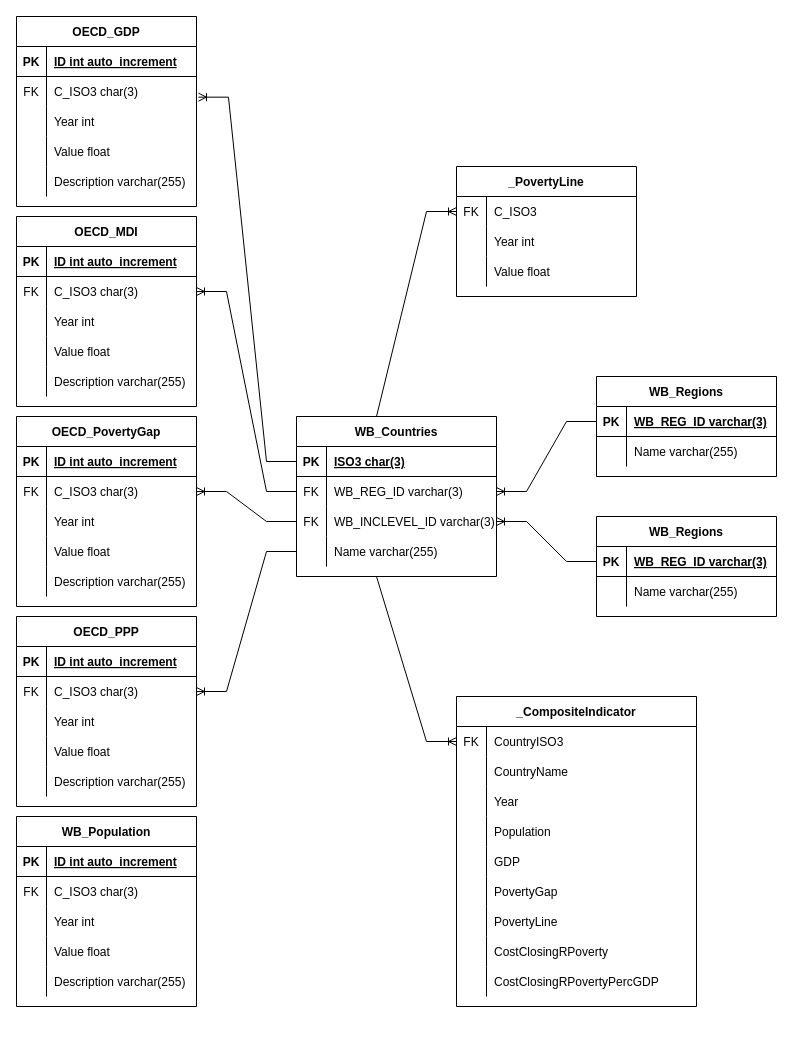
This is ERD/ERD_EM.drawio from eric-martinet/Poverty_composite_indicator, a draw.io file, before an edit. Source tidied: cells renumbered, new cells numbered last; positions are measured from the earlier drawing's top-left corner, leaving out a move shared by most shapes. Both pictures are drawn from the tidied source at 100%, with x=0, y=0 at pixel (16, 16).
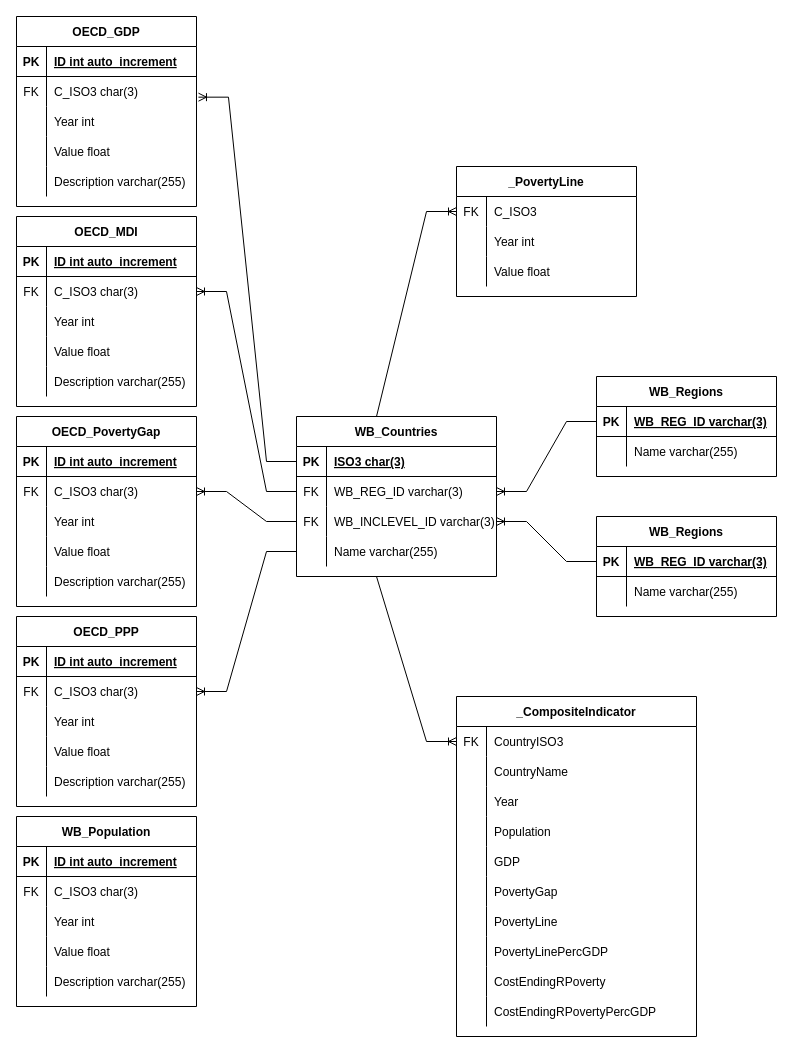
The same page after the edit.

Diff of the diagram source:
```diff
@@
     <mxCell id="124" value="_CompositeIndicator" style="shape=table;startSize=30;childLayout=tableLayout;rowLines=0;fontStyle=1;align=center;" parent="1" vertex="1">
-      <mxGeometry x="440" y="680" width="240" height="310" as="geometry" />
+      <mxGeometry x="440" y="680" width="240" height="340" as="geometry" />
     </mxCell>
@@
+    <mxCell id="155" style="shape=tableRow;horizontal=0;startSize=0;swimlaneHead=0;swimlaneBody=0;fillColor=none;top=0;left=0;right=0;bottom=0;" parent="124" vertex="1">
+      <mxGeometry y="240" width="240" height="30" as="geometry" />
+    </mxCell>
+    <mxCell id="156" style="shape=partialRectangle;fillColor=none;top=0;left=0;bottom=0;right=0;overflow=hidden;" parent="155" vertex="1">
+      <mxGeometry width="30" height="30" as="geometry" />
+    </mxCell>
+    <mxCell id="157" value="PovertyLinePercGDP" style="shape=partialRectangle;fillColor=none;top=0;left=0;bottom=0;right=0;align=left;spacingLeft=6;overflow=hidden;" parent="155" vertex="1">
+      <mxGeometry x="30" width="210" height="30" as="geometry" />
+    </mxCell>
     <mxCell id="146" style="shape=tableRow;horizontal=0;startSize=0;swimlaneHead=0;swimlaneBody=0;fillColor=none;top=0;left=0;right=0;bottom=0;" parent="124" vertex="1">
-      <mxGeometry y="240" width="240" height="30" as="geometry" />
+      <mxGeometry y="270" width="240" height="30" as="geometry" />
     </mxCell>
@@
-    <mxCell id="148" value="CostClosingRPoverty" style="shape=partialRectangle;fillColor=none;top=0;left=0;bottom=0;right=0;align=left;spacingLeft=6;overflow=hidden;" parent="146" vertex="1">
+    <mxCell id="148" value="CostEndingRPoverty" style="shape=partialRectangle;fillColor=none;top=0;left=0;bottom=0;right=0;align=left;spacingLeft=6;overflow=hidden;" parent="146" vertex="1">
       <mxGeometry x="30" width="210" height="30" as="geometry" />
     </mxCell>
     <mxCell id="149" style="shape=tableRow;horizontal=0;startSize=0;swimlaneHead=0;swimlaneBody=0;fillColor=none;top=0;left=0;right=0;bottom=0;" parent="124" vertex="1">
-      <mxGeometry y="270" width="240" height="30" as="geometry" />
+      <mxGeometry y="300" width="240" height="30" as="geometry" />
     </mxCell>
@@
-    <mxCell id="151" value="CostClosingRPovertyPercGDP" style="shape=partialRectangle;fillColor=none;top=0;left=0;bottom=0;right=0;align=left;spacingLeft=6;overflow=hidden;" parent="149" vertex="1">
+    <mxCell id="151" value="CostEndingRPovertyPercGDP" style="shape=partialRectangle;fillColor=none;top=0;left=0;bottom=0;right=0;align=left;spacingLeft=6;overflow=hidden;" parent="149" vertex="1">
       <mxGeometry x="30" width="210" height="30" as="geometry" />
     </mxCell>
```
